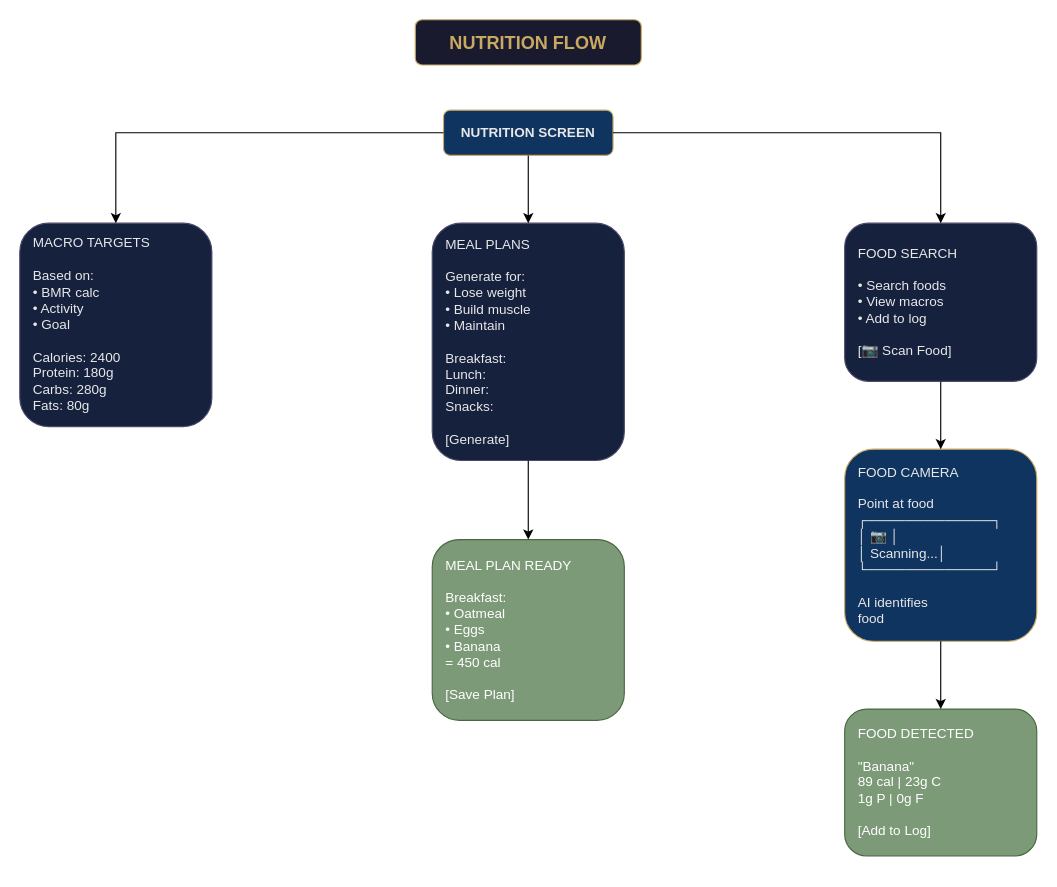
Earlier version of the draw.io diagram page "Nutrition Flow" (5 of 8) of FrontEnd.drawio (Karlos-Karlos/Fix-it). Source tidied: cells renumbered, new cells numbered last; positions are measured from the earlier drawing's top-left corner, leaving out a move shared by most shapes. Both pictures are drawn from the tidied source at 113%, with x=0, y=0 at pixel (19, 19).
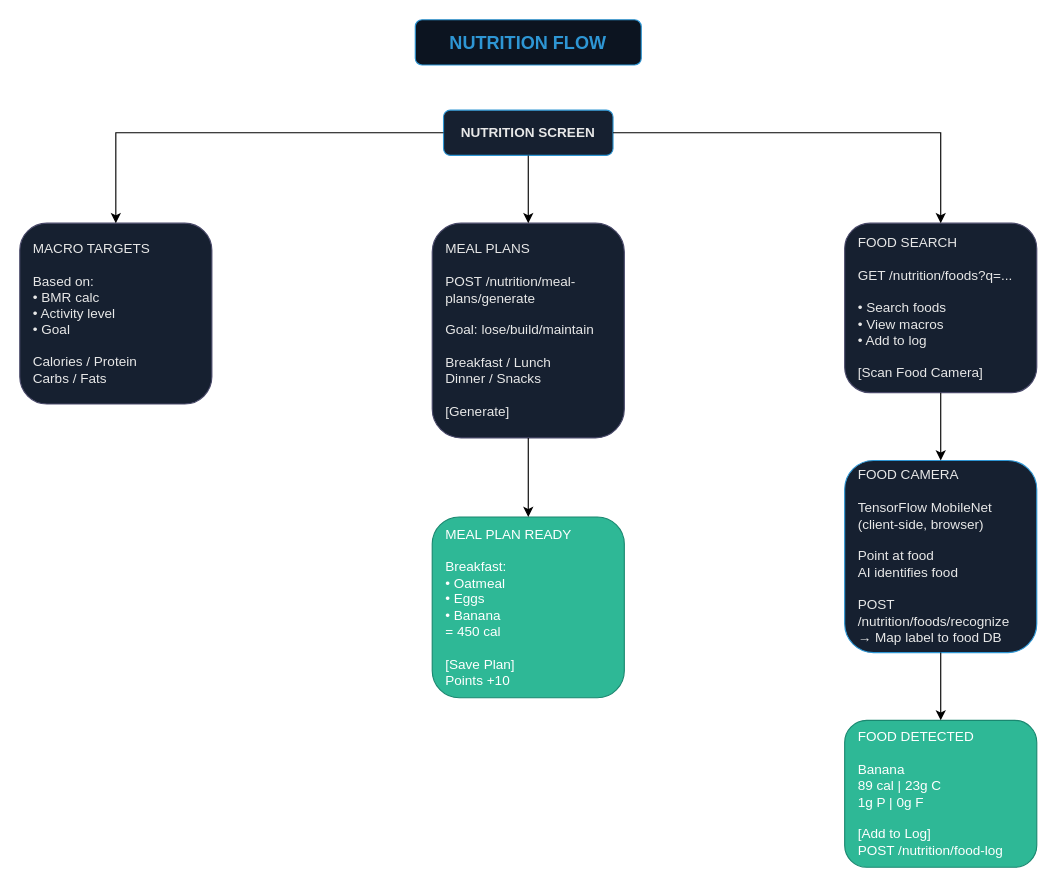
The same page after the edit.

The edit, as a diff of the source:
```diff
@@
 <mxGraphModel>
   <root>
     <mxCell id="0" />
     <mxCell id="1" parent="0" />
-    <mxCell id="2" value="NUTRITION FLOW" style="rounded=1;whiteSpace=wrap;html=1;fontSize=16;fontStyle=1;fillColor=#1a1a2e;strokeColor=#c9a962;fontColor=#c9a962;" parent="1" vertex="1">
+    <mxCell id="2" value="NUTRITION FLOW" style="rounded=1;whiteSpace=wrap;html=1;fontSize=16;fontStyle=1;fillColor=#0C1420;strokeColor=#2E96D4;fontColor=#2E96D4;" parent="1" vertex="1">
       <mxGeometry x="350" width="200" height="40" as="geometry" />
     </mxCell>
-    <mxCell id="3" value="NUTRITION SCREEN" style="rounded=1;whiteSpace=wrap;html=1;fillColor=#0f3460;strokeColor=#c9a962;fontColor=#e8e8e8;fontStyle=1;" parent="1" vertex="1">
+    <mxCell id="3" value="NUTRITION SCREEN" style="rounded=1;whiteSpace=wrap;html=1;fillColor=#162030;strokeColor=#2E96D4;fontColor=#e8e8e8;fontStyle=1;" parent="1" vertex="1">
       <mxGeometry x="375" y="80" width="150" height="40" as="geometry" />
     </mxCell>
-    <mxCell id="4" value="MACRO TARGETS&#10;&#10;Based on:&#10;• BMR calc&#10;• Activity&#10;• Goal&#10;&#10;Calories: 2400&#10;Protein: 180g&#10;Carbs: 280g&#10;Fats: 80g" style="rounded=1;whiteSpace=wrap;html=1;fillColor=#16213e;strokeColor=#4a4a6a;fontColor=#e8e8e8;align=left;spacingLeft=10;" parent="1" vertex="1">
-      <mxGeometry y="180" width="170" height="180" as="geometry" />
+    <mxCell id="4" value="MACRO TARGETS&#10;&#10;Based on:&#10;• BMR calc&#10;• Activity level&#10;• Goal&#10;&#10;Calories / Protein&#10;Carbs / Fats" style="rounded=1;whiteSpace=wrap;html=1;fillColor=#162030;strokeColor=#4a4a6a;fontColor=#e8e8e8;align=left;spacingLeft=10;" parent="1" vertex="1">
+      <mxGeometry y="180" width="170" height="160" as="geometry" />
     </mxCell>
-    <mxCell id="5" value="MEAL PLANS&#10;&#10;Generate for:&#10;• Lose weight&#10;• Build muscle&#10;• Maintain&#10;&#10;Breakfast:&#10;Lunch:&#10;Dinner:&#10;Snacks:&#10;&#10;[Generate]" style="rounded=1;whiteSpace=wrap;html=1;fillColor=#16213e;strokeColor=#4a4a6a;fontColor=#e8e8e8;align=left;spacingLeft=10;" parent="1" vertex="1">
-      <mxGeometry x="365" y="180" width="170" height="210" as="geometry" />
+    <mxCell id="5" value="MEAL PLANS&#10;&#10;POST /nutrition/meal-plans/generate&#10;&#10;Goal: lose/build/maintain&#10;&#10;Breakfast / Lunch&#10;Dinner / Snacks&#10;&#10;[Generate]" style="rounded=1;whiteSpace=wrap;html=1;fillColor=#162030;strokeColor=#4a4a6a;fontColor=#e8e8e8;align=left;spacingLeft=10;" parent="1" vertex="1">
+      <mxGeometry x="365" y="180" width="170" height="190" as="geometry" />
     </mxCell>
-    <mxCell id="6" value="FOOD SEARCH&#10;&#10;• Search foods&#10;• View macros&#10;• Add to log&#10;&#10;[📷 Scan Food]" style="rounded=1;whiteSpace=wrap;html=1;fillColor=#16213e;strokeColor=#4a4a6a;fontColor=#e8e8e8;align=left;spacingLeft=10;" parent="1" vertex="1">
-      <mxGeometry x="730" y="180" width="170" height="140" as="geometry" />
+    <mxCell id="6" value="FOOD SEARCH&#10;&#10;GET /nutrition/foods?q=...&#10;&#10;• Search foods&#10;• View macros&#10;• Add to log&#10;&#10;[Scan Food Camera]" style="rounded=1;whiteSpace=wrap;html=1;fillColor=#162030;strokeColor=#4a4a6a;fontColor=#e8e8e8;align=left;spacingLeft=10;" parent="1" vertex="1">
+      <mxGeometry x="730" y="180" width="170" height="150" as="geometry" />
     </mxCell>
     <mxCell id="7" style="edgeStyle=orthogonalEdgeStyle;rounded=0;jettySize=auto;html=1;" parent="1" edge="1" source="3" target="4">
       <mxGeometry relative="1" as="geometry" />
     </mxCell>
     <mxCell id="8" style="edgeStyle=orthogonalEdgeStyle;rounded=0;jettySize=auto;html=1;" parent="1" edge="1" source="3" target="5">
       <mxGeometry relative="1" as="geometry" />
     </mxCell>
     <mxCell id="9" style="edgeStyle=orthogonalEdgeStyle;rounded=0;jettySize=auto;html=1;" parent="1" edge="1" source="3" target="6">
       <mxGeometry relative="1" as="geometry" />
     </mxCell>
-    <mxCell id="10" value="FOOD CAMERA&#10;&#10;Point at food&#10;┌─────────────┐&#10;│     📷      │&#10;│  Scanning...│&#10;└─────────────┘&#10;&#10;AI identifies&#10;food" style="rounded=1;whiteSpace=wrap;html=1;fillColor=#0f3460;strokeColor=#c9a962;fontColor=#e8e8e8;align=left;spacingLeft=10;" parent="1" vertex="1">
-      <mxGeometry x="730" y="380" width="170" height="170" as="geometry" />
+    <mxCell id="10" value="FOOD CAMERA&#10;&#10;TensorFlow MobileNet&#10;(client-side, browser)&#10;&#10;Point at food&#10;AI identifies food&#10;&#10;POST /nutrition/foods/recognize&#10;→ Map label to food DB" style="rounded=1;whiteSpace=wrap;html=1;fillColor=#162030;strokeColor=#2E96D4;fontColor=#e8e8e8;align=left;spacingLeft=10;" parent="1" vertex="1">
+      <mxGeometry x="730" y="390" width="170" height="170" as="geometry" />
     </mxCell>
     <mxCell id="11" style="edgeStyle=orthogonalEdgeStyle;rounded=0;jettySize=auto;html=1;" parent="1" edge="1" source="6" target="10">
       <mxGeometry relative="1" as="geometry" />
     </mxCell>
-    <mxCell id="12" value="MEAL PLAN READY&#10;&#10;Breakfast:&#10;• Oatmeal&#10;• Eggs&#10;• Banana&#10;= 450 cal&#10;&#10;[Save Plan]" style="rounded=1;whiteSpace=wrap;html=1;fillColor=#7d9a78;strokeColor=#4a6741;fontColor=#ffffff;align=left;spacingLeft=10;" parent="1" vertex="1">
-      <mxGeometry x="365" y="460" width="170" height="160" as="geometry" />
+    <mxCell id="12" value="MEAL PLAN READY&#10;&#10;Breakfast:&#10;• Oatmeal&#10;• Eggs&#10;• Banana&#10;= 450 cal&#10;&#10;[Save Plan]&#10;Points +10" style="rounded=1;whiteSpace=wrap;html=1;fillColor=#2EB896;strokeColor=#1a8870;fontColor=#ffffff;align=left;spacingLeft=10;" parent="1" vertex="1">
+      <mxGeometry x="365" y="440" width="170" height="160" as="geometry" />
     </mxCell>
     <mxCell id="13" style="edgeStyle=orthogonalEdgeStyle;rounded=0;jettySize=auto;html=1;" parent="1" edge="1" source="5" target="12">
       <mxGeometry relative="1" as="geometry" />
     </mxCell>
-    <mxCell id="14" value="FOOD DETECTED&#10;&#10;&quot;Banana&quot;&#10;89 cal | 23g C&#10;1g P | 0g F&#10;&#10;[Add to Log]" style="rounded=1;whiteSpace=wrap;html=1;fillColor=#7d9a78;strokeColor=#4a6741;fontColor=#ffffff;align=left;spacingLeft=10;" parent="1" vertex="1">
-      <mxGeometry x="730" y="610" width="170" height="130" as="geometry" />
+    <mxCell id="14" value="FOOD DETECTED&#10;&#10;Banana&#10;89 cal | 23g C&#10;1g P | 0g F&#10;&#10;[Add to Log]&#10;POST /nutrition/food-log" style="rounded=1;whiteSpace=wrap;html=1;fillColor=#2EB896;strokeColor=#1a8870;fontColor=#ffffff;align=left;spacingLeft=10;" parent="1" vertex="1">
+      <mxGeometry x="730" y="620" width="170" height="130" as="geometry" />
     </mxCell>
     <mxCell id="15" style="edgeStyle=orthogonalEdgeStyle;rounded=0;jettySize=auto;html=1;" parent="1" edge="1" source="10" target="14">
       <mxGeometry relative="1" as="geometry" />
     </mxCell>
   </root>
 </mxGraphModel>
```
